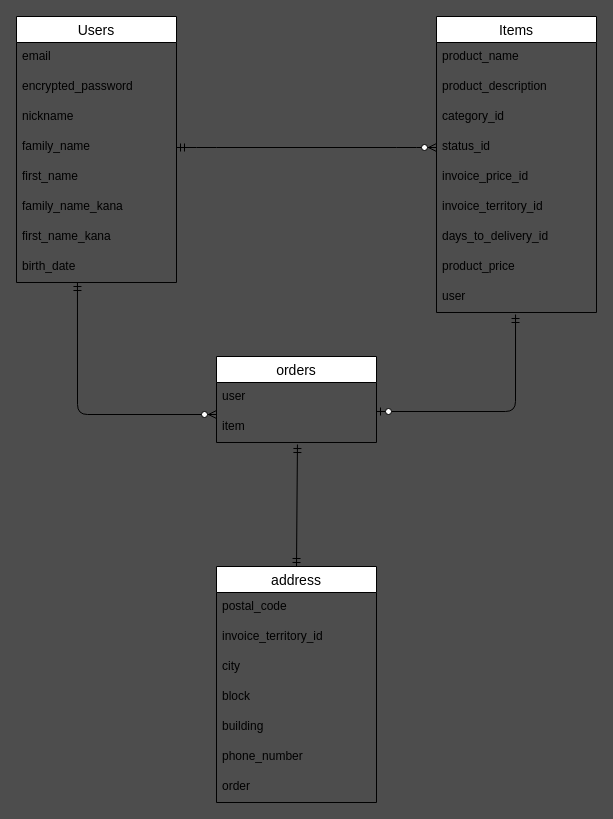
Above: furima.dio in fuji114/furima-36415 (draw.io), before the change. Source tidied: cells renumbered, new cells numbered last; positions are measured from the earlier drawing's top-left corner, leaving out a move shared by most shapes. Both pictures are drawn from the tidied source at 100%, with x=0, y=0 at pixel (16, 16).
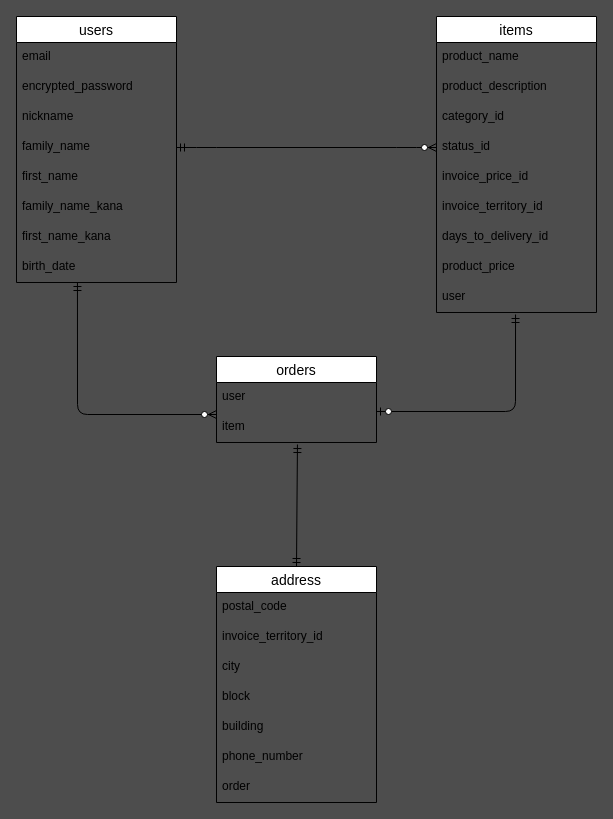
The same page after the edit.

Commit message (it also covers changes not shown here):
修正依頼の解消３

What changed in the source:
```diff
@@
-    <mxCell id="2" value="Users" style="swimlane;fontStyle=0;horizontal=1;startSize=26;align=center;fontSize=14;" parent="1" vertex="1">
+    <mxCell id="2" value="users" style="swimlane;fontStyle=0;horizontal=1;startSize=26;align=center;fontSize=14;" parent="1" vertex="1">
       <mxGeometry width="160" height="266" as="geometry" />
     </mxCell>
@@
-    <mxCell id="11" value="Items" style="swimlane;fontStyle=0;horizontal=1;startSize=26;align=center;fontSize=14;" parent="1" vertex="1">
+    <mxCell id="11" value="items" style="swimlane;fontStyle=0;horizontal=1;startSize=26;align=center;fontSize=14;" parent="1" vertex="1">
       <mxGeometry x="420" width="160" height="296" as="geometry" />
     </mxCell>
```
